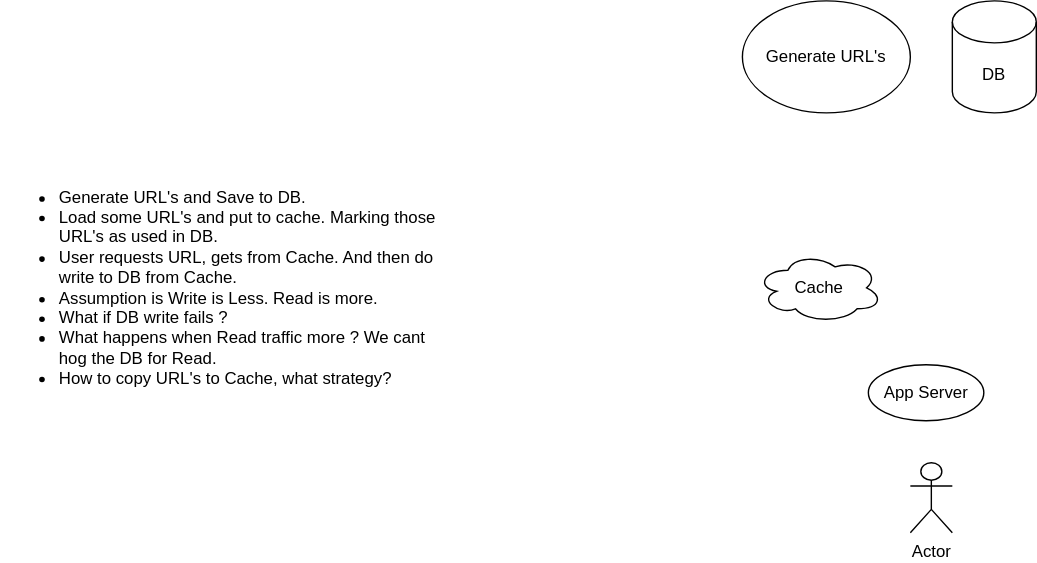
The draw.io diagram Designs/URL Shortener.drawio.svg in pdhub/LowLevelDesign, before a commit. Source tidied: cells renumbered, new cells last; positions are measured from the earlier drawing's top-left corner, leaving out a move shared by most shapes.
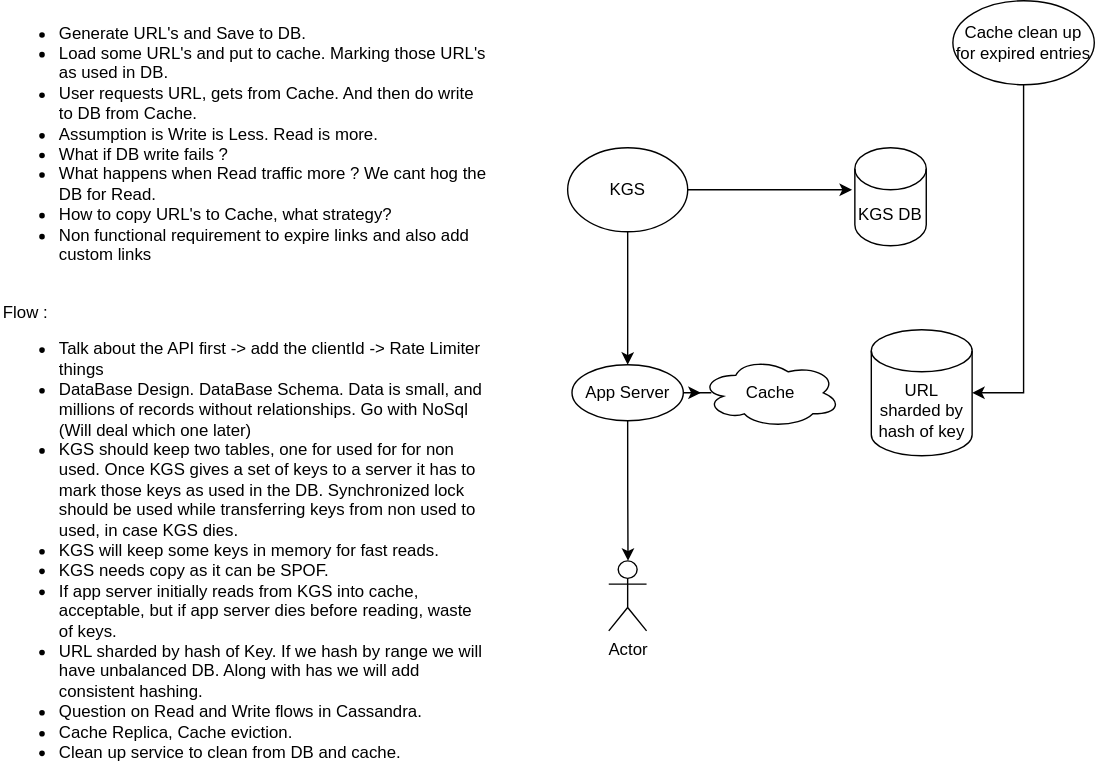
Later version of the same file.

The edit, as a diff of the source:
```diff
@@ -2,23 +2,48 @@
   <root>
     <mxCell id="0" />
     <mxCell id="1" parent="0" />
+    <mxCell id="8" style="edgeStyle=orthogonalEdgeStyle;rounded=0;jettySize=auto;html=1;" parent="1" edge="1" source="2">
+      <mxGeometry relative="1" as="geometry">
+        <mxPoint x="608" y="125" as="targetPoint" />
+      </mxGeometry>
+    </mxCell>
+    <mxCell id="9" style="edgeStyle=orthogonalEdgeStyle;rounded=0;jettySize=auto;html=1;" parent="1" edge="1" source="2" target="6">
+      <mxGeometry relative="1" as="geometry" />
+    </mxCell>
-    <mxCell id="2" value="Generate URL's" style="ellipse;whiteSpace=wrap;html=1;" parent="1" vertex="1">
-      <mxGeometry x="530" width="120" height="80" as="geometry" />
+    <mxCell id="2" value="KGS" style="ellipse;whiteSpace=wrap;html=1;" parent="1" vertex="1">
+      <mxGeometry x="404.9" y="95" width="85.8" height="60" as="geometry" />
     </mxCell>
-    <mxCell id="3" value="DB" style="shape=cylinder3;whiteSpace=wrap;html=1;boundedLbl=1;backgroundOutline=1;size=15;" parent="1" vertex="1">
-      <mxGeometry x="680" width="60" height="80" as="geometry" />
+    <mxCell id="3" value="KGS DB" style="shape=cylinder3;whiteSpace=wrap;html=1;boundedLbl=1;backgroundOutline=1;size=15;" parent="1" vertex="1">
+      <mxGeometry x="610" y="95" width="51" height="70" as="geometry" />
     </mxCell>
-    <mxCell id="4" value="&lt;ul&gt;&lt;li&gt;Generate URL's and Save to DB.&lt;/li&gt;&lt;li&gt;Load some URL's and put to cache. Marking those URL's as used in DB.&lt;/li&gt;&lt;li&gt;User requests URL, gets from Cache. And then do write to DB from Cache.&lt;/li&gt;&lt;li&gt;Assumption is Write is Less. Read is more.&lt;/li&gt;&lt;li&gt;What if DB write fails ?&lt;/li&gt;&lt;li&gt;What happens when Read traffic more ? We cant hog the DB for Read.&lt;/li&gt;&lt;li&gt;How to copy URL's to Cache, what strategy?&lt;/li&gt;&lt;/ul&gt;" style="text;html=1;strokeColor=none;fillColor=none;align=left;verticalAlign=middle;whiteSpace=wrap;rounded=0;" parent="1" vertex="1">
-      <mxGeometry y="10" width="320" height="390" as="geometry" />
+    <mxCell id="4" value="&lt;ul&gt;&lt;li&gt;Generate URL's and Save to DB.&lt;/li&gt;&lt;li&gt;Load some URL's and put to cache. Marking those URL's as used in DB.&lt;/li&gt;&lt;li&gt;User requests URL, gets from Cache. And then do write to DB from Cache.&lt;/li&gt;&lt;li&gt;Assumption is Write is Less. Read is more.&lt;/li&gt;&lt;li&gt;What if DB write fails ?&lt;/li&gt;&lt;li&gt;What happens when Read traffic more ? We cant hog the DB for Read.&lt;/li&gt;&lt;li&gt;How to copy URL's to Cache, what strategy?&lt;/li&gt;&lt;li&gt;Non functional requirement to expire links and also add custom links&lt;/li&gt;&lt;/ul&gt;&lt;div&gt;&lt;br&gt;&lt;/div&gt;&lt;div&gt;Flow :&lt;/div&gt;&lt;div&gt;&lt;ul&gt;&lt;li&gt;Talk about the API first -&amp;gt; add the clientId -&amp;gt; Rate Limiter things&lt;/li&gt;&lt;li&gt;DataBase Design. DataBase Schema. Data is small, and millions of records without relationships. Go with NoSql (Will deal which one later)&lt;/li&gt;&lt;li&gt;KGS should keep two tables, one for used for for non used. Once KGS gives a set of keys to a server it has to mark those keys as used in the DB. Synchronized lock should be used while transferring keys from non used to used, in case KGS dies.&amp;nbsp;&lt;/li&gt;&lt;li&gt;KGS will keep some keys in memory for fast reads.&lt;/li&gt;&lt;li&gt;KGS needs copy as it can be SPOF.&lt;/li&gt;&lt;li&gt;If app server initially reads from KGS into cache, acceptable, but if app server dies before reading, waste of keys.&amp;nbsp;&lt;/li&gt;&lt;li&gt;URL sharded by hash of Key. If we hash by range we will have unbalanced DB. Along with has we will add consistent hashing.&amp;nbsp;&lt;/li&gt;&lt;li&gt;Question on Read and Write flows in Cassandra.&lt;/li&gt;&lt;li&gt;Cache Replica, Cache eviction.&lt;/li&gt;&lt;li&gt;Clean up service to clean from DB and cache.&lt;/li&gt;&lt;/ul&gt;&lt;/div&gt;" style="text;html=1;strokeColor=none;fillColor=none;align=left;verticalAlign=middle;whiteSpace=wrap;rounded=0;" parent="1" vertex="1">
+      <mxGeometry y="5" width="350" height="530" as="geometry" />
     </mxCell>
     <mxCell id="5" value="Actor" style="shape=umlActor;verticalLabelPosition=bottom;verticalAlign=top;html=1;" parent="1" vertex="1">
-      <mxGeometry x="650" y="330" width="30" height="50" as="geometry" />
+      <mxGeometry x="434.2" y="390" width="27" height="50" as="geometry" />
     </mxCell>
+    <mxCell id="10" style="edgeStyle=orthogonalEdgeStyle;rounded=0;jettySize=auto;html=1;" parent="1" edge="1" source="6">
+      <mxGeometry relative="1" as="geometry">
+        <mxPoint x="448" y="390" as="targetPoint" />
+      </mxGeometry>
+    </mxCell>
+    <mxCell id="11" style="edgeStyle=orthogonalEdgeStyle;rounded=0;jettySize=auto;html=1;exitX=1;exitY=0.5;exitDx=0;exitDy=0;" parent="1" edge="1" source="6" target="7">
+      <mxGeometry relative="1" as="geometry" />
+    </mxCell>
     <mxCell id="6" value="App Server" style="ellipse;whiteSpace=wrap;html=1;" parent="1" vertex="1">
-      <mxGeometry x="620" y="260" width="82.5" height="40" as="geometry" />
+      <mxGeometry x="408" y="250" width="79.5" height="40" as="geometry" />
     </mxCell>
+    <mxCell id="12" value="URL sharded by hash of key" style="shape=cylinder3;whiteSpace=wrap;html=1;boundedLbl=1;backgroundOutline=1;size=15;" parent="1" vertex="1">
+      <mxGeometry x="621.8" y="225" width="72" height="90" as="geometry" />
+    </mxCell>
     <mxCell id="7" value="Cache" style="ellipse;shape=cloud;whiteSpace=wrap;html=1;" parent="1" vertex="1">
-      <mxGeometry x="540" y="180" width="90" height="50" as="geometry" />
+      <mxGeometry x="500" y="245" width="100" height="50" as="geometry" />
     </mxCell>
+    <mxCell id="13" style="edgeStyle=orthogonalEdgeStyle;rounded=0;jettySize=auto;html=1;entryX=1;entryY=0.5;entryDx=0;entryDy=0;entryPerimeter=0;" parent="1" edge="1" source="14" target="12">
+      <mxGeometry relative="1" as="geometry" />
+    </mxCell>
+    <mxCell id="14" value="Cache clean up for expired entries" style="ellipse;whiteSpace=wrap;html=1;" parent="1" vertex="1">
+      <mxGeometry x="680" y="-10" width="101" height="60" as="geometry" />
+    </mxCell>
   </root>
 </mxGraphModel>
```
